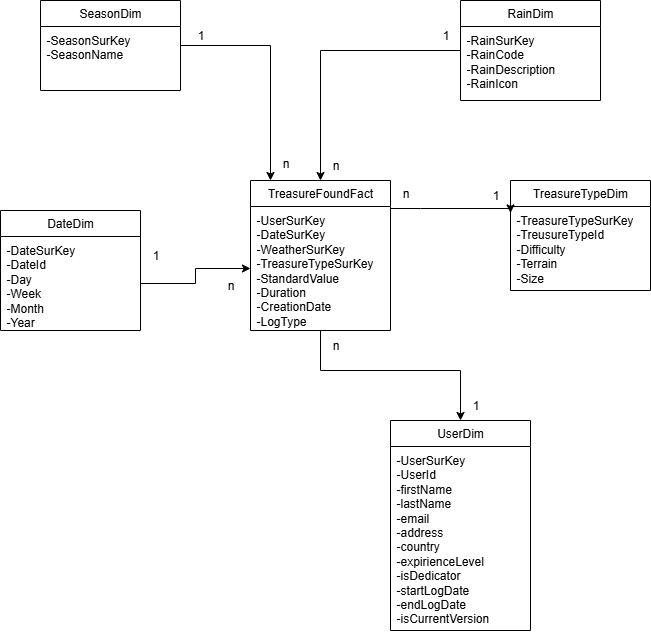
PieterNeyt/databanken3 keeps this draw.io diagram as ERD_DP.drawio.png. Above is the earlier version. Source tidied: cells renumbered, new cells last; positions are measured from the earlier drawing's top-left corner, leaving out a move shared by most shapes.
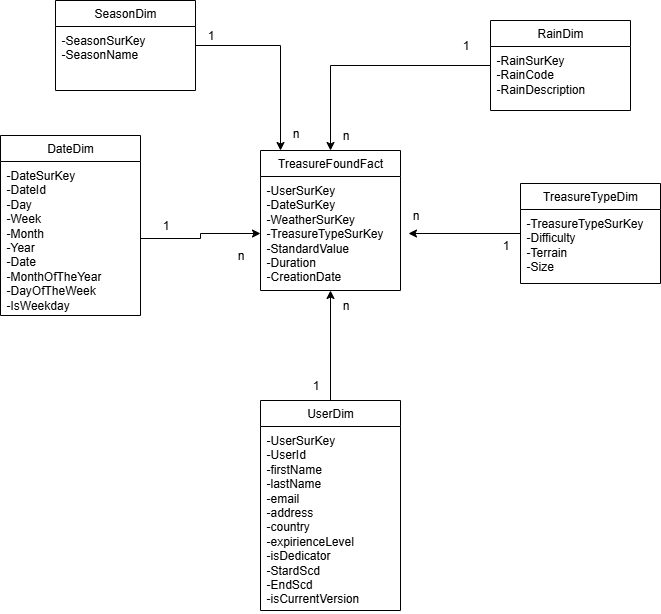
The same file after the commit.

Commit message:
Stermodel op feedback verbeterd

Diff of the diagram source:
```diff
@@ -3,87 +3,71 @@
     <mxCell id="0" />
     <mxCell id="1" parent="0" />
     <mxCell id="2" value="TreasureFoundFact" style="swimlane;fontStyle=0;horizontal=1;startSize=26;fillColor=none;whiteSpace=wrap;html=1;" parent="1" vertex="1">
-      <mxGeometry x="250" y="180" width="140" height="150" as="geometry" />
+      <mxGeometry x="250" y="180" width="140" height="140" as="geometry" />
     </mxCell>
-    <mxCell id="3" value="-UserSurKey&lt;div&gt;-&lt;span style=&quot;background-color: transparent; color: light-dark(rgb(0, 0, 0), rgb(255, 255, 255));&quot;&gt;DateSurKey&lt;/span&gt;&lt;/div&gt;&lt;div&gt;&lt;span style=&quot;background-color: transparent; color: light-dark(rgb(0, 0, 0), rgb(255, 255, 255));&quot;&gt;-&lt;/span&gt;&lt;span style=&quot;background-color: transparent; color: light-dark(rgb(0, 0, 0), rgb(255, 255, 255));&quot;&gt;WeatherSurKey&lt;/span&gt;&lt;/div&gt;&lt;div&gt;&lt;span style=&quot;background-color: transparent; color: light-dark(rgb(0, 0, 0), rgb(255, 255, 255));&quot;&gt;-&lt;/span&gt;&lt;span style=&quot;background-color: transparent; color: light-dark(rgb(0, 0, 0), rgb(255, 255, 255));&quot;&gt;TreasureTypeSurKey&lt;/span&gt;&lt;/div&gt;&lt;div&gt;-StandardValue&lt;/div&gt;&lt;div&gt;-Duration&lt;/div&gt;&lt;div&gt;-CreationDate&lt;/div&gt;&lt;div&gt;-LogType&lt;/div&gt;" style="text;strokeColor=none;fillColor=none;align=left;verticalAlign=top;spacingLeft=4;spacingRight=4;overflow=hidden;points=[[0,0.5],[1,0.5]];portConstraint=eastwest;whiteSpace=wrap;html=1;" parent="2" vertex="1">
-      <mxGeometry y="26" width="140" height="124" as="geometry" />
+    <mxCell id="3" value="-UserSurKey&lt;div&gt;-&lt;span style=&quot;background-color: transparent; color: light-dark(rgb(0, 0, 0), rgb(255, 255, 255));&quot;&gt;DateSurKey&lt;/span&gt;&lt;/div&gt;&lt;div&gt;&lt;span style=&quot;background-color: transparent; color: light-dark(rgb(0, 0, 0), rgb(255, 255, 255));&quot;&gt;-&lt;/span&gt;&lt;span style=&quot;background-color: transparent; color: light-dark(rgb(0, 0, 0), rgb(255, 255, 255));&quot;&gt;WeatherSurKey&lt;/span&gt;&lt;/div&gt;&lt;div&gt;&lt;span style=&quot;background-color: transparent; color: light-dark(rgb(0, 0, 0), rgb(255, 255, 255));&quot;&gt;-&lt;/span&gt;&lt;span style=&quot;background-color: transparent; color: light-dark(rgb(0, 0, 0), rgb(255, 255, 255));&quot;&gt;TreasureTypeSurKey&lt;/span&gt;&lt;/div&gt;&lt;div&gt;-StandardValue&lt;/div&gt;&lt;div&gt;-Duration&lt;/div&gt;&lt;div&gt;-CreationDate&lt;/div&gt;&lt;div&gt;&lt;br&gt;&lt;/div&gt;" style="text;strokeColor=none;fillColor=none;align=left;verticalAlign=top;spacingLeft=4;spacingRight=4;overflow=hidden;points=[[0,0.5],[1,0.5]];portConstraint=eastwest;whiteSpace=wrap;html=1;" parent="2" vertex="1">
+      <mxGeometry y="26" width="140" height="114" as="geometry" />
     </mxCell>
     <mxCell id="4" style="edgeStyle=orthogonalEdgeStyle;rounded=0;jettySize=auto;html=1;" parent="1" edge="1" source="5" target="2">
       <mxGeometry relative="1" as="geometry" />
     </mxCell>
     <mxCell id="5" value="RainDim" style="swimlane;fontStyle=0;horizontal=1;startSize=26;fillColor=none;whiteSpace=wrap;html=1;" parent="1" vertex="1">
-      <mxGeometry x="460" width="140" height="100" as="geometry" />
+      <mxGeometry x="480" y="50" width="140" height="90" as="geometry" />
     </mxCell>
-    <mxCell id="6" value="-RainSurKey&lt;div&gt;-RainCode&lt;/div&gt;&lt;div&gt;-RainDescription&lt;/div&gt;&lt;div&gt;-RainIcon&lt;/div&gt;&lt;div&gt;&lt;br&gt;&lt;/div&gt;" style="text;strokeColor=none;fillColor=none;align=left;verticalAlign=top;spacingLeft=4;spacingRight=4;overflow=hidden;whiteSpace=wrap;html=1;" parent="5" vertex="1">
-      <mxGeometry y="26" width="140" height="74" as="geometry" />
+    <mxCell id="6" value="-RainSurKey&lt;div&gt;-RainCode&lt;/div&gt;&lt;div&gt;-RainDescription&lt;/div&gt;&lt;div&gt;&lt;br&gt;&lt;/div&gt;&lt;div&gt;&lt;br&gt;&lt;/div&gt;" style="text;strokeColor=none;fillColor=none;align=left;verticalAlign=top;spacingLeft=4;spacingRight=4;overflow=hidden;whiteSpace=wrap;html=1;" parent="5" vertex="1">
+      <mxGeometry y="26" width="140" height="64" as="geometry" />
     </mxCell>
     <mxCell id="7" value="UserDim" style="swimlane;fontStyle=0;horizontal=1;startSize=26;fillColor=none;whiteSpace=wrap;html=1;" parent="1" vertex="1">
-      <mxGeometry x="390" y="420" width="140" height="210" as="geometry" />
+      <mxGeometry x="250" y="430" width="140" height="210" as="geometry" />
     </mxCell>
-    <mxCell id="8" value="-UserSurKey&lt;div&gt;-UserId&lt;/div&gt;&lt;div&gt;-firstName&lt;/div&gt;&lt;div&gt;-lastName&lt;/div&gt;&lt;div&gt;-email&lt;/div&gt;&lt;div&gt;-address&lt;/div&gt;&lt;div&gt;-country&lt;/div&gt;&lt;div&gt;-expirienceLevel&lt;/div&gt;&lt;div&gt;-isDedicator&lt;/div&gt;&lt;div&gt;-startLogDate&lt;/div&gt;&lt;div&gt;-endLogDate&lt;/div&gt;&lt;div&gt;-isCurrentVersion&lt;/div&gt;&lt;div&gt;&lt;br&gt;&lt;/div&gt;" style="text;strokeColor=none;fillColor=none;align=left;verticalAlign=top;spacingLeft=4;spacingRight=4;overflow=hidden;whiteSpace=wrap;html=1;" parent="7" vertex="1">
+    <mxCell id="8" value="-UserSurKey&lt;div&gt;-UserId&lt;/div&gt;&lt;div&gt;-firstName&lt;/div&gt;&lt;div&gt;-lastName&lt;/div&gt;&lt;div&gt;-email&lt;/div&gt;&lt;div&gt;-address&lt;/div&gt;&lt;div&gt;-country&lt;/div&gt;&lt;div&gt;-expirienceLevel&lt;/div&gt;&lt;div&gt;-isDedicator&lt;/div&gt;&lt;div&gt;-StardScd&lt;/div&gt;&lt;div&gt;-EndScd&lt;/div&gt;&lt;div&gt;-isCurrentVersion&lt;/div&gt;&lt;div&gt;&lt;br&gt;&lt;/div&gt;" style="text;strokeColor=none;fillColor=none;align=left;verticalAlign=top;spacingLeft=4;spacingRight=4;overflow=hidden;whiteSpace=wrap;html=1;" parent="7" vertex="1">
       <mxGeometry y="26" width="140" height="184" as="geometry" />
     </mxCell>
     <mxCell id="9" value="TreasureTypeDim" style="swimlane;fontStyle=0;horizontal=1;startSize=26;fillColor=none;whiteSpace=wrap;html=1;" parent="1" vertex="1">
-      <mxGeometry x="510" y="180" width="140" height="110" as="geometry" />
+      <mxGeometry x="510" y="213" width="140" height="100" as="geometry" />
     </mxCell>
-    <mxCell id="10" value="-TreasureTypeSurKey&lt;div&gt;-TreusureTypeId&amp;nbsp;&lt;/div&gt;&lt;div&gt;-Difficulty&lt;/div&gt;&lt;div&gt;-Terrain&lt;/div&gt;&lt;div&gt;-Size&lt;/div&gt;&lt;div&gt;&lt;br&gt;&lt;/div&gt;" style="text;strokeColor=none;fillColor=none;align=left;verticalAlign=top;spacingLeft=4;spacingRight=4;overflow=hidden;points=[[0,0.5],[1,0.5]];portConstraint=eastwest;whiteSpace=wrap;html=1;" parent="9" vertex="1">
-      <mxGeometry y="26" width="140" height="84" as="geometry" />
+    <mxCell id="10" value="-TreasureTypeSurKey&lt;div&gt;-Difficulty&lt;/div&gt;&lt;div&gt;-Terrain&lt;/div&gt;&lt;div&gt;-Size&lt;/div&gt;&lt;div&gt;&lt;br&gt;&lt;/div&gt;" style="text;strokeColor=none;fillColor=none;align=left;verticalAlign=top;spacingLeft=4;spacingRight=4;overflow=hidden;points=[[0,0.5],[1,0.5]];portConstraint=eastwest;whiteSpace=wrap;html=1;" parent="9" vertex="1">
+      <mxGeometry y="26" width="140" height="74" as="geometry" />
     </mxCell>
-    <mxCell id="11" style="edgeStyle=orthogonalEdgeStyle;rounded=0;jettySize=auto;html=1;entryX=0;entryY=0.077;entryDx=0;entryDy=0;entryPerimeter=0;" parent="1" edge="1" source="3" target="10">
-      <mxGeometry relative="1" as="geometry">
-        <Array as="points">
-          <mxPoint x="420" y="208" />
-          <mxPoint x="420" y="208" />
-        </Array>
-      </mxGeometry>
-    </mxCell>
-    <mxCell id="12" style="edgeStyle=orthogonalEdgeStyle;rounded=0;jettySize=auto;html=1;entryX=0.5;entryY=0;entryDx=0;entryDy=0;" parent="1" edge="1" source="3" target="7">
-      <mxGeometry relative="1" as="geometry">
-        <Array as="points">
-          <mxPoint x="320" y="370" />
-          <mxPoint x="460" y="370" />
-        </Array>
-      </mxGeometry>
-    </mxCell>
     <mxCell id="13" value="n" style="text;html=1;align=center;verticalAlign=middle;strokeColor=none;fillColor=none;" parent="1" vertex="1">
-      <mxGeometry x="390" y="178" width="30" height="30" as="geometry" />
+      <mxGeometry x="390" y="230" width="30" height="30" as="geometry" />
     </mxCell>
     <mxCell id="14" value="n" style="text;html=1;align=center;verticalAlign=middle;strokeColor=none;fillColor=none;" parent="1" vertex="1">
       <mxGeometry x="320" y="150" width="30" height="30" as="geometry" />
     </mxCell>
     <mxCell id="15" value="n" style="text;html=1;align=center;verticalAlign=middle;strokeColor=none;fillColor=none;" parent="1" vertex="1">
-      <mxGeometry x="320" y="330" width="30" height="30" as="geometry" />
+      <mxGeometry x="320" y="320" width="30" height="30" as="geometry" />
     </mxCell>
     <mxCell id="16" value="1" style="text;html=1;align=center;verticalAlign=middle;strokeColor=none;fillColor=none;" parent="1" vertex="1">
-      <mxGeometry x="430" y="20" width="30" height="30" as="geometry" />
+      <mxGeometry x="440" y="60" width="30" height="30" as="geometry" />
     </mxCell>
     <mxCell id="17" value="1" style="text;html=1;align=center;verticalAlign=middle;strokeColor=none;fillColor=none;" parent="1" vertex="1">
-      <mxGeometry x="480" y="180" width="30" height="30" as="geometry" />
+      <mxGeometry x="480" y="260" width="30" height="30" as="geometry" />
     </mxCell>
     <mxCell id="18" value="1" style="text;html=1;align=center;verticalAlign=middle;strokeColor=none;fillColor=none;" parent="1" vertex="1">
-      <mxGeometry x="460" y="390" width="30" height="30" as="geometry" />
+      <mxGeometry x="290" y="400" width="30" height="30" as="geometry" />
     </mxCell>
     <mxCell id="19" style="edgeStyle=orthogonalEdgeStyle;rounded=0;jettySize=auto;html=1;" parent="1" edge="1" source="20" target="2">
       <mxGeometry relative="1" as="geometry">
         <Array as="points">
-          <mxPoint x="270" y="45" />
+          <mxPoint x="270" y="75" />
         </Array>
       </mxGeometry>
     </mxCell>
     <mxCell id="20" value="SeasonDim" style="swimlane;fontStyle=0;horizontal=1;startSize=26;fillColor=none;whiteSpace=wrap;html=1;" parent="1" vertex="1">
-      <mxGeometry x="40" width="140" height="90" as="geometry" />
+      <mxGeometry x="45" y="30" width="140" height="90" as="geometry" />
     </mxCell>
     <mxCell id="21" value="-SeasonSurKey&lt;div&gt;-SeasonName&lt;/div&gt;&lt;div&gt;&lt;br&gt;&lt;/div&gt;" style="text;strokeColor=none;fillColor=none;align=left;verticalAlign=top;spacingLeft=4;spacingRight=4;overflow=hidden;whiteSpace=wrap;html=1;" parent="20" vertex="1">
       <mxGeometry y="26" width="140" height="64" as="geometry" />
     </mxCell>
     <mxCell id="22" value="1" style="text;html=1;align=center;verticalAlign=middle;strokeColor=none;fillColor=none;" parent="1" vertex="1">
-      <mxGeometry x="185" y="20" width="30" height="30" as="geometry" />
+      <mxGeometry x="185" y="50" width="30" height="30" as="geometry" />
     </mxCell>
     <mxCell id="23" value="DateDim" style="swimlane;fontStyle=0;horizontal=1;startSize=26;fillColor=none;whiteSpace=wrap;html=1;" parent="1" vertex="1">
-      <mxGeometry y="210" width="140" height="120" as="geometry" />
+      <mxGeometry x="-10" y="165" width="140" height="180" as="geometry" />
     </mxCell>
-    <mxCell id="24" value="-DateSurKey&amp;nbsp;&lt;div&gt;-DateId&lt;/div&gt;&lt;div&gt;-Day&lt;/div&gt;&lt;div&gt;-Week&lt;/div&gt;&lt;div&gt;-Month&lt;/div&gt;&lt;div&gt;-Year&lt;/div&gt;" style="text;strokeColor=none;fillColor=none;align=left;verticalAlign=top;spacingLeft=4;spacingRight=4;overflow=hidden;points=[[0,0.5],[1,0.5]];portConstraint=eastwest;whiteSpace=wrap;html=1;" parent="23" vertex="1">
-      <mxGeometry y="26" width="140" height="94" as="geometry" />
+    <mxCell id="24" value="-DateSurKey&amp;nbsp;&lt;div&gt;-DateId&lt;/div&gt;&lt;div&gt;-Day&lt;/div&gt;&lt;div&gt;-Week&lt;/div&gt;&lt;div&gt;-Month&lt;/div&gt;&lt;div&gt;-Year&lt;/div&gt;&lt;div&gt;-Date&lt;/div&gt;&lt;div&gt;-MonthOfTheYear&lt;/div&gt;&lt;div&gt;-DayOfTheWeek&lt;/div&gt;&lt;div&gt;-IsWeekday&lt;/div&gt;&lt;div&gt;&lt;br&gt;&lt;/div&gt;" style="text;strokeColor=none;fillColor=none;align=left;verticalAlign=top;spacingLeft=4;spacingRight=4;overflow=hidden;points=[[0,0.5],[1,0.5]];portConstraint=eastwest;whiteSpace=wrap;html=1;" parent="23" vertex="1">
+      <mxGeometry y="26" width="140" height="154" as="geometry" />
     </mxCell>
     <mxCell id="25" value="1" style="text;html=1;align=center;verticalAlign=middle;strokeColor=none;fillColor=none;" parent="1" vertex="1">
       <mxGeometry x="140" y="240" width="30" height="30" as="geometry" />
@@ -97,5 +81,11 @@
     <mxCell id="28" value="n" style="text;html=1;align=center;verticalAlign=middle;strokeColor=none;fillColor=none;" parent="1" vertex="1">
       <mxGeometry x="270" y="148" width="30" height="30" as="geometry" />
     </mxCell>
+    <mxCell id="29" style="edgeStyle=orthogonalEdgeStyle;rounded=0;jettySize=auto;html=1;entryX=1.057;entryY=0.5;entryDx=0;entryDy=0;entryPerimeter=0;" parent="1" edge="1" source="9" target="3">
+      <mxGeometry relative="1" as="geometry" />
+    </mxCell>
+    <mxCell id="30" style="edgeStyle=orthogonalEdgeStyle;rounded=0;jettySize=auto;html=1;entryX=0.5;entryY=1;entryDx=0;entryDy=0;entryPerimeter=0;" parent="1" edge="1" source="7" target="3">
+      <mxGeometry relative="1" as="geometry" />
+    </mxCell>
   </root>
 </mxGraphModel>
```
